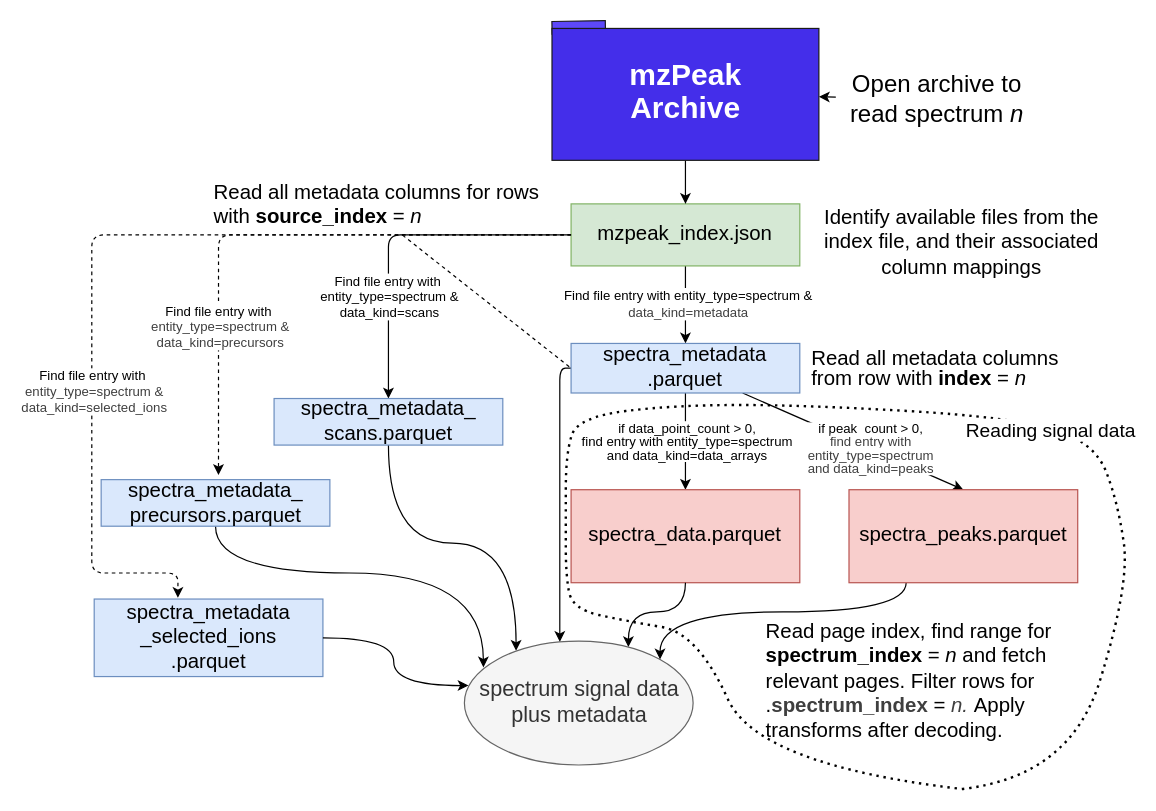
HUPO-PSI/mzPeak-specification keeps this draw.io diagram as docs/assets/img/reading-from-0.drawio. Above is the earlier version. Source tidied: cells renumbered, new cells numbered last; positions are measured from the earlier drawing's top-left corner, leaving out a move shared by most shapes. Both pictures are drawn from the tidied source at 120%, with x=0, y=0 at pixel (91, 20).
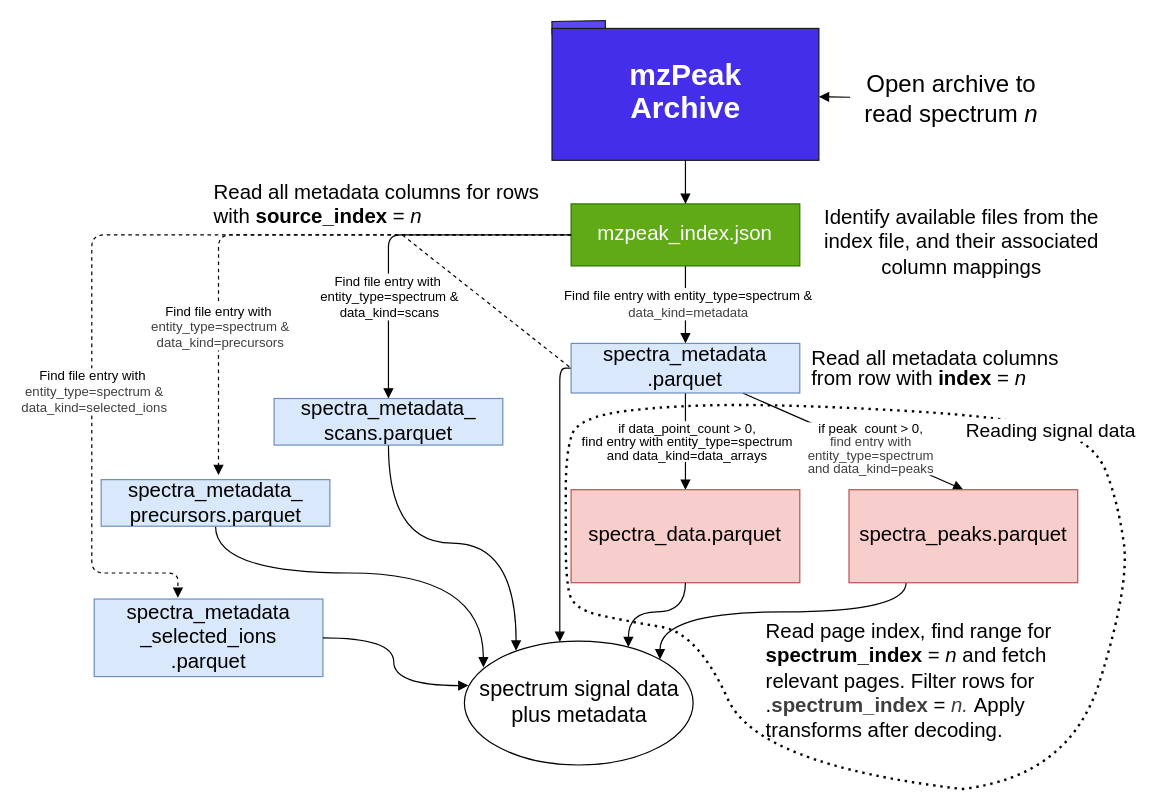
After the change.

Unchanged cells that the change refers to:
```xml
<mxCell id="13" value="spectra_metadata&lt;div&gt;.parquet&lt;/div&gt;" style="whiteSpace=wrap;html=1;fillColor=#dae8fc;strokeColor=#6c8ebf;rounded=0;fontSize=17;" parent="1" vertex="1">
  <mxGeometry x="399.4" y="268.7" width="190.6" height="41.3" as="geometry" />
</mxCell>
<mxCell id="14" value="spectra_data.parquet" style="whiteSpace=wrap;html=1;fillColor=#f8cecc;strokeColor=#b85450;rounded=0;fontSize=17;" parent="1" vertex="1">
  <mxGeometry x="399.4" y="390.6" width="190.6" height="77.5" as="geometry" />
</mxCell>
<mxCell id="21" value="spectra_metadata_&lt;div&gt;scans.parquet&lt;/div&gt;" style="whiteSpace=wrap;html=1;fillColor=#dae8fc;strokeColor=#6c8ebf;rounded=0;fontSize=17;" parent="1" vertex="1">
  <mxGeometry x="151.9" y="314.6" width="190.6" height="38.8" as="geometry" />
</mxCell>
<mxCell id="24" value="spectra_metadata_&lt;div&gt;precursors.parquet&lt;/div&gt;" style="whiteSpace=wrap;html=1;fillColor=#dae8fc;strokeColor=#6c8ebf;rounded=0;fontSize=17;" parent="1" vertex="1">
  <mxGeometry x="7.8" y="382.2" width="190.6" height="38.8" as="geometry" />
</mxCell>
<mxCell id="25" value="spectra_metadata&lt;div&gt;_selected_ions&lt;div&gt;.parquet&lt;/div&gt;&lt;/div&gt;" style="whiteSpace=wrap;html=1;fillColor=#dae8fc;strokeColor=#6c8ebf;rounded=0;fontSize=17;" parent="1" vertex="1">
  <mxGeometry x="2" y="481.7" width="190.6" height="64.6" as="geometry" />
</mxCell>
<mxCell id="34" value="&lt;div style=&quot;line-height: 110%;&quot;&gt;&lt;b style=&quot;font-size: 25px; background-color: transparent; color: light-dark(rgb(255, 255, 255), rgb(0, 0, 0));&quot;&gt;mzPeak&lt;/b&gt;&lt;/div&gt;&lt;div style=&quot;line-height: 110%;&quot;&gt;&lt;div&gt;&lt;font style=&quot;font-size: 25px; line-height: 110%;&quot;&gt;&lt;b style=&quot;color: light-dark(rgb(255, 255, 255), rgb(0, 0, 0));&quot;&gt;Archive&lt;/b&gt;&lt;/font&gt;&lt;/div&gt;&lt;/div&gt;" style="whiteSpace=wrap;html=1;fillColor=light-dark(#442eea, #9577a3);strokeColor=light-dark(#1A1A1A,#121212);fontColor=light-dark(#FFFFFF,#FFFFFF);fontSize=18;" parent="1" vertex="1">
  <mxGeometry x="383.5" y="6.2" width="222.4" height="109.9" as="geometry" />
</mxCell>
<mxCell id="36" value="spectra_peaks.parquet" style="whiteSpace=wrap;html=1;fillColor=#f8cecc;strokeColor=#b85450;rounded=0;fontSize=17;" parent="1" vertex="1">
  <mxGeometry x="631" y="390.6" width="190.6" height="77.5" as="geometry" />
</mxCell>
```

Diff of the diagram source:
```diff
@@
-    <mxCell id="2" style="edgeStyle=none;html=1;fontSize=14;entryX=0.5;entryY=0;entryDx=0;entryDy=0;exitX=0.5;exitY=1;exitDx=0;exitDy=0;" parent="1" edge="1" source="6" target="13">
+    <mxCell id="2" style="edgeStyle=none;html=1;fontSize=14;entryX=0.5;entryY=0;entryDx=0;entryDy=0;exitX=0.5;exitY=1;exitDx=0;exitDy=0;endArrow=block;endFill=1;" parent="1" edge="1" source="6" target="13">
       <mxGeometry relative="1" as="geometry" />
     </mxCell>
@@
-    <mxCell id="4" style="edgeStyle=orthogonalEdgeStyle;html=1;entryX=0.5;entryY=0;entryDx=0;entryDy=0;fontSize=14;" parent="1" edge="1" source="6" target="21">
+    <mxCell id="4" style="edgeStyle=orthogonalEdgeStyle;html=1;entryX=0.5;entryY=0;entryDx=0;entryDy=0;fontSize=14;endArrow=block;endFill=1;" parent="1" edge="1" source="6" target="21">
       <mxGeometry relative="1" as="geometry" />
     </mxCell>
@@
-    <mxCell id="6" value="mzpeak_index.json" style="rounded=0;whiteSpace=wrap;html=1;fillColor=#d5e8d4;strokeColor=#82b366;fontSize=17;" parent="1" vertex="1">
+    <mxCell id="6" value="mzpeak_index.json" style="rounded=0;whiteSpace=wrap;html=1;fillColor=#60a917;strokeColor=#2D7600;fontSize=17;fontColor=#ffffff;" parent="1" vertex="1">
       <mxGeometry x="399.4" y="152.4" width="190.6" height="51.7" as="geometry" />
     </mxCell>
-    <mxCell id="7" style="edgeStyle=none;html=1;exitX=0.5;exitY=1;exitDx=0;exitDy=0;entryX=0.5;entryY=0;entryDx=0;entryDy=0;fontSize=14;" parent="1" edge="1" source="34" target="6">
+    <mxCell id="7" style="edgeStyle=none;html=1;exitX=0.5;exitY=1;exitDx=0;exitDy=0;entryX=0.5;entryY=0;entryDx=0;entryDy=0;fontSize=14;endArrow=block;endFill=1;" parent="1" edge="1" source="34" target="6">
       <mxGeometry relative="1" as="geometry" />
     </mxCell>
-    <mxCell id="8" style="edgeStyle=none;html=1;fontSize=14;entryX=0.5;entryY=0;entryDx=0;entryDy=0;exitX=0.5;exitY=1;exitDx=0;exitDy=0;" parent="1" edge="1" source="13" target="14">
+    <mxCell id="8" style="edgeStyle=none;html=1;fontSize=14;entryX=0.5;entryY=0;entryDx=0;entryDy=0;exitX=0.5;exitY=1;exitDx=0;exitDy=0;endArrow=block;endFill=1;" parent="1" edge="1" source="13" target="14">
       <mxGeometry relative="1" as="geometry" />
     </mxCell>
     <mxCell id="9" value="&lt;div style=&quot;line-height: 100%;&quot;&gt;&lt;div&gt;&lt;span style=&quot;background-color: light-dark(#ffffff, var(--ge-dark-color, #121212));&quot;&gt;if data_point_count &amp;gt; 0,&lt;/span&gt;&lt;/div&gt;&lt;div&gt;find entry with entity_type=spectrum&lt;/div&gt;&lt;div&gt;and data_kind=data_arrays&lt;/div&gt;&lt;/div&gt;" style="edgeLabel;html=1;align=center;verticalAlign=middle;spacing=0;spacingTop=8;" parent="8" vertex="1">
-      <mxGeometry x="-0.1" y="1" relative="1" as="geometry" />
+      <mxGeometry x="-0.11" y="1" relative="1" as="geometry" />
     </mxCell>
-    <mxCell id="10" style="edgeStyle=orthogonalEdgeStyle;html=1;exitX=0;exitY=0.5;exitDx=0;exitDy=0;" parent="1" edge="1" source="13" target="22">
+    <mxCell id="10" style="edgeStyle=orthogonalEdgeStyle;html=1;exitX=0;exitY=0.5;exitDx=0;exitDy=0;endArrow=block;endFill=1;" parent="1" edge="1" source="13" target="22">
       <mxGeometry relative="1" as="geometry">
         <Array as="points">
           <mxPoint x="390" y="289.3" />
         </Array>
       </mxGeometry>
     </mxCell>
-    <mxCell id="11" style="edgeStyle=none;html=1;exitX=0.75;exitY=1;exitDx=0;exitDy=0;entryX=0.5;entryY=0;entryDx=0;entryDy=0;" parent="1" edge="1" source="13" target="36">
+    <mxCell id="11" style="edgeStyle=none;html=1;exitX=0.75;exitY=1;exitDx=0;exitDy=0;entryX=0.5;entryY=0;entryDx=0;entryDy=0;endArrow=block;endFill=1;" parent="1" edge="1" source="13" target="36">
       <mxGeometry relative="1" as="geometry" />
     </mxCell>
@@
-    <mxCell id="18" style="edgeStyle=orthogonalEdgeStyle;html=1;exitX=0.5;exitY=1;exitDx=0;exitDy=0;entryX=0.717;entryY=0.049;entryDx=0;entryDy=0;entryPerimeter=0;curved=1;endSize=6;fontSize=14;" parent="1" edge="1" source="14" target="22">
-      <mxGeometry x="-0.08" relative="1" as="geometry" />
+    <mxCell id="18" style="edgeStyle=orthogonalEdgeStyle;html=1;exitX=0.5;exitY=1;exitDx=0;exitDy=0;entryX=0.717;entryY=0.049;entryDx=0;entryDy=0;entryPerimeter=0;curved=1;endSize=6;fontSize=14;endArrow=block;endFill=1;" parent="1" edge="1" source="14" target="22">
+      <mxGeometry x="-0.07" relative="1" as="geometry" />
     </mxCell>
@@
-    <mxCell id="20" style="edgeStyle=orthogonalEdgeStyle;html=1;entryX=0.226;entryY=0.078;entryDx=0;entryDy=0;entryPerimeter=0;curved=1;fontSize=14;" parent="1" edge="1" source="21" target="22">
+    <mxCell id="20" style="edgeStyle=orthogonalEdgeStyle;html=1;entryX=0.226;entryY=0.078;entryDx=0;entryDy=0;entryPerimeter=0;curved=1;fontSize=14;endArrow=block;endFill=1;" parent="1" edge="1" source="21" target="22">
       <mxGeometry x="-0.06" y="0.28" relative="1" as="geometry" />
     </mxCell>
@@
-    <mxCell id="22" value="spectrum signal data plus metadata" style="ellipse;whiteSpace=wrap;html=1;shapeInside=1;verticalAlign=middle;fillColor=#f5f5f5;fontColor=#333333;strokeColor=#666666;fontSize=18;" parent="1" vertex="1">
+    <mxCell id="22" value="spectrum signal data plus metadata" style="ellipse;whiteSpace=wrap;html=1;shapeInside=1;verticalAlign=middle;fontSize=18;" parent="1" vertex="1">
       <mxGeometry x="310.5" y="516.7" width="190.6" height="103.3" as="geometry" />
     </mxCell>
-    <mxCell id="23" style="edgeStyle=orthogonalEdgeStyle;html=1;entryX=0.083;entryY=0.213;entryDx=0;entryDy=0;curved=1;entryPerimeter=0;fontSize=14;" parent="1" edge="1" source="24" target="22">
+    <mxCell id="23" style="edgeStyle=orthogonalEdgeStyle;html=1;entryX=0.083;entryY=0.213;entryDx=0;entryDy=0;curved=1;entryPerimeter=0;fontSize=14;endArrow=block;endFill=1;" parent="1" edge="1" source="24" target="22">
       <mxGeometry x="-0.01" relative="1" as="geometry">
         <Array as="points">
           <mxPoint x="103.1" y="460" />
           <mxPoint x="326.3" y="460" />
         </Array>
       </mxGeometry>
     </mxCell>
@@
-    <mxCell id="26" style="edgeStyle=orthogonalEdgeStyle;html=1;entryX=0.018;entryY=0.359;entryDx=0;entryDy=0;entryPerimeter=0;curved=1;fontSize=14;exitX=1;exitY=0.5;exitDx=0;exitDy=0;" parent="1" edge="1" source="25" target="22">
-      <mxGeometry relative="1" as="geometry" />
+    <mxCell id="26" style="edgeStyle=orthogonalEdgeStyle;html=1;entryX=0.018;entryY=0.359;entryDx=0;entryDy=0;entryPerimeter=0;curved=1;fontSize=14;exitX=1;exitY=0.5;exitDx=0;exitDy=0;endArrow=block;endFill=1;" parent="1" edge="1" source="25" target="22">
+      <mxGeometry x="0.01" relative="1" as="geometry" />
     </mxCell>
-    <mxCell id="27" style="edgeStyle=orthogonalEdgeStyle;html=1;exitX=0;exitY=0.5;exitDx=0;exitDy=0;entryX=0.366;entryY=-0.015;entryDx=0;entryDy=0;entryPerimeter=0;fontSize=14;dashed=1;" parent="1" edge="1" source="6" target="25">
+    <mxCell id="27" style="edgeStyle=orthogonalEdgeStyle;html=1;exitX=0;exitY=0.5;exitDx=0;exitDy=0;entryX=0.366;entryY=-0.015;entryDx=0;entryDy=0;entryPerimeter=0;fontSize=14;dashed=1;endArrow=block;endFill=1;" parent="1" edge="1" source="6" target="25">
       <mxGeometry x="-0.19" relative="1" as="geometry">
         <Array as="points">
           <mxPoint y="178.3" />
           <mxPoint y="460" />
           <mxPoint x="71.8" y="460" />
         </Array>
       </mxGeometry>
     </mxCell>
@@
-    <mxCell id="29" style="edgeStyle=orthogonalEdgeStyle;html=1;exitX=0;exitY=0.5;exitDx=0;exitDy=0;entryX=0.513;entryY=-0.1;entryDx=0;entryDy=0;entryPerimeter=0;fontSize=14;dashed=1;" parent="1" edge="1" source="6" target="24">
+    <mxCell id="29" style="edgeStyle=orthogonalEdgeStyle;html=1;exitX=0;exitY=0.5;exitDx=0;exitDy=0;entryX=0.513;entryY=-0.1;entryDx=0;entryDy=0;entryPerimeter=0;fontSize=14;dashed=1;endArrow=block;endFill=1;" parent="1" edge="1" source="6" target="24">
       <mxGeometry relative="1" as="geometry" />
     </mxCell>
@@
-    <mxCell id="31" style="edgeStyle=none;html=1;" parent="1" edge="1" source="32" target="34">
+    <mxCell id="31" style="edgeStyle=none;html=1;endArrow=block;endFill=1;" parent="1" edge="1" source="32" target="34">
       <mxGeometry relative="1" as="geometry" />
     </mxCell>
     <mxCell id="32" value="&lt;font style=&quot;font-size: 20px;&quot;&gt;Open archive to read spectrum &lt;i style=&quot;&quot;&gt;n&lt;/i&gt;&lt;/font&gt;" style="text;html=1;whiteSpace=wrap;strokeColor=none;fillColor=none;align=center;verticalAlign=middle;rounded=0;fontSize=17;" parent="1" vertex="1">
-      <mxGeometry x="620" y="50" width="168.5" height="30" as="geometry" />
+      <mxGeometry x="632" y="50" width="168.5" height="30" as="geometry" />
     </mxCell>
@@
-    <mxCell id="35" style="edgeStyle=orthogonalEdgeStyle;html=1;exitX=0.25;exitY=1;exitDx=0;exitDy=0;entryX=1;entryY=0;entryDx=0;entryDy=0;curved=1;curveGeometry=1;" parent="1" edge="1" source="36" target="22">
+    <mxCell id="35" style="edgeStyle=orthogonalEdgeStyle;html=1;exitX=0.25;exitY=1;exitDx=0;exitDy=0;entryX=1;entryY=0;entryDx=0;entryDy=0;curved=1;curveGeometry=1;endArrow=block;endFill=1;" parent="1" edge="1" source="36" target="22">
       <mxGeometry relative="1" as="geometry" />
     </mxCell>
```
